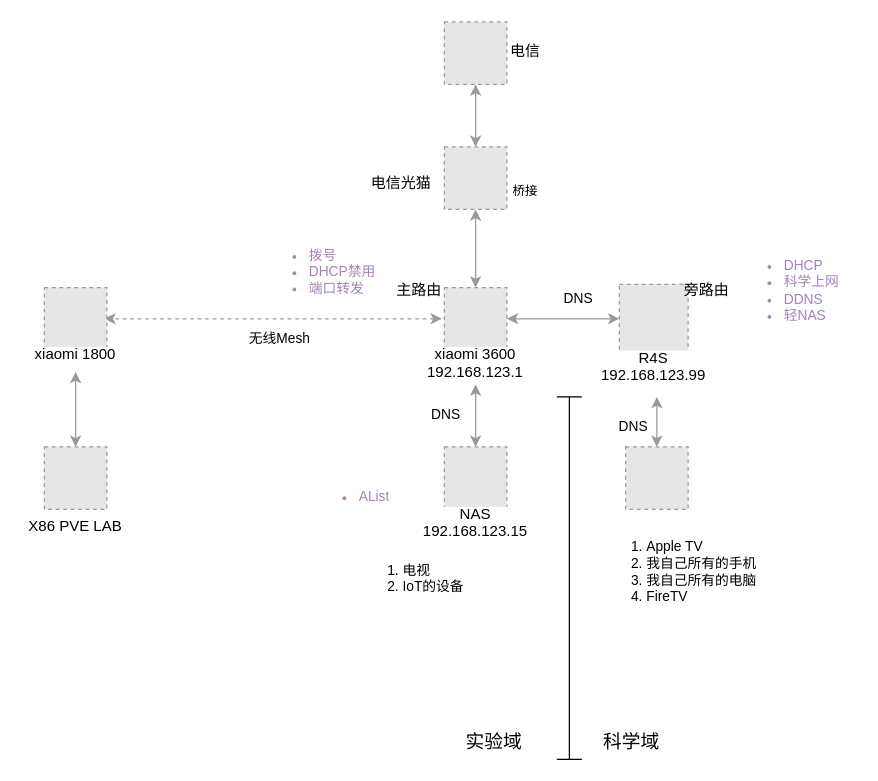
This is page "side route" (6 of 7) of openwrt.drawio from quboqin/drawio, a draw.io file, before an edit. Source tidied: cells renumbered, new cells numbered last; positions are measured from the earlier drawing's top-left corner, leaving out a move shared by most shapes. Both pictures are drawn from the tidied source at 125%, with x=0, y=0 at pixel (44, 21). Pictures stored in the file or linked from it are replaced by grey dashed boxes.
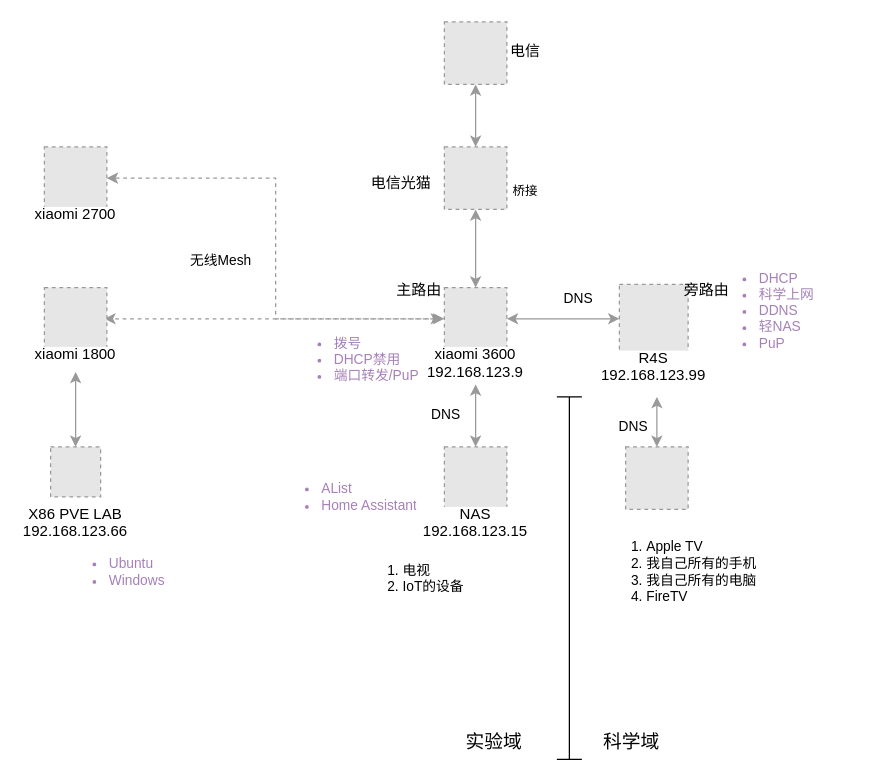
The same diagram, later.

The change refers to these unchanged cells:
```xml
<mxCell id="9" style="edgeStyle=orthogonalEdgeStyle;rounded=0;orthogonalLoop=1;jettySize=auto;html=1;entryX=1;entryY=0.5;entryDx=0;entryDy=0;dashed=1;startArrow=classic;startFill=1;spacingTop=0;spacingBottom=20;spacingLeft=0;verticalAlign=top;strokeColor=#999999;" parent="1" edge="1">
  <mxGeometry relative="1" as="geometry">
    <mxPoint x="318" y="237.5" as="sourcePoint" />
    <mxPoint x="48" y="237.5" as="targetPoint" />
  </mxGeometry>
</mxCell>
```

The edit, as a diff of the source:
```diff
@@
     <mxCell id="10" value="无线Mesh" style="edgeLabel;html=1;align=center;verticalAlign=middle;" parent="9" vertex="1">
       <mxGeometry x="-0.03" y="-3" relative="1" as="geometry">
-        <mxPoint y="18" as="offset" />
+        <mxPoint x="-47" y="-44" as="offset" />
       </mxGeometry>
     </mxCell>
-    <mxCell id="11" value="xiaomi 3600&#10;192.168.123.1" style="fillColor=#E6E6E6;strokeColor=#999999;dashed=1;verticalLabelPosition=bottom;labelBackgroundColor=default;verticalAlign=top;spacingTop=-10;" parent="1" vertex="1">
+    <mxCell id="11" value="xiaomi 3600&#10;192.168.123.9" style="fillColor=#E6E6E6;strokeColor=#999999;dashed=1;verticalLabelPosition=bottom;labelBackgroundColor=default;verticalAlign=top;spacingTop=-10;" parent="1" vertex="1">
       <mxGeometry x="320" y="212.5" width="50" height="50" as="geometry" />
     </mxCell>
@@
-    <mxCell id="22" value="&lt;ul&gt;&lt;li&gt;DHCP&lt;/li&gt;&lt;li&gt;科学上网&lt;/li&gt;&lt;li&gt;DDNS&lt;/li&gt;&lt;li&gt;轻NAS&lt;/li&gt;&lt;/ul&gt;" style="text;strokeColor=none;fillColor=none;html=1;whiteSpace=wrap;verticalAlign=middle;overflow=hidden;fontFamily=Helvetica;fontSize=11;fontColor=#A680B8;labelBackgroundColor=none;" parent="1" vertex="1">
-      <mxGeometry x="550" y="175" width="100" height="80" as="geometry" />
+    <mxCell id="22" value="&lt;ul&gt;&lt;li&gt;DHCP&lt;/li&gt;&lt;li&gt;科学上网&lt;/li&gt;&lt;li&gt;DDNS&lt;/li&gt;&lt;li&gt;轻NAS&lt;/li&gt;&lt;li&gt;PuP&lt;/li&gt;&lt;/ul&gt;" style="text;strokeColor=none;fillColor=none;html=1;whiteSpace=wrap;verticalAlign=middle;overflow=hidden;fontFamily=Helvetica;fontSize=11;fontColor=#A680B8;labelBackgroundColor=none;" parent="1" vertex="1">
+      <mxGeometry x="530" y="185" width="100" height="80" as="geometry" />
     </mxCell>
-    <mxCell id="23" value="&lt;ul&gt;&lt;li&gt;拨号&lt;/li&gt;&lt;li&gt;DHCP禁用&lt;/li&gt;&lt;li&gt;端口转发&lt;/li&gt;&lt;/ul&gt;" style="text;strokeColor=none;fillColor=none;html=1;whiteSpace=wrap;verticalAlign=middle;overflow=hidden;fontFamily=Helvetica;fontSize=11;fontColor=#A680B8;labelBackgroundColor=none;" parent="1" vertex="1">
-      <mxGeometry x="170" y="160" width="100" height="80" as="geometry" />
+    <mxCell id="23" value="&lt;ul&gt;&lt;li&gt;拨号&lt;/li&gt;&lt;li&gt;DHCP禁用&lt;/li&gt;&lt;li&gt;端口转发/PuP&lt;/li&gt;&lt;/ul&gt;" style="text;strokeColor=none;fillColor=none;html=1;whiteSpace=wrap;verticalAlign=middle;overflow=hidden;fontFamily=Helvetica;fontSize=11;fontColor=#A680B8;labelBackgroundColor=none;" parent="1" vertex="1">
+      <mxGeometry x="190" y="230" width="120" height="80" as="geometry" />
     </mxCell>
-    <mxCell id="24" value="&lt;ul&gt;&lt;li&gt;AList&lt;/li&gt;&lt;/ul&gt;" style="text;strokeColor=none;fillColor=none;html=1;whiteSpace=wrap;verticalAlign=middle;overflow=hidden;fontFamily=Helvetica;fontSize=11;fontColor=#A680B8;labelBackgroundColor=none;" parent="1" vertex="1">
-      <mxGeometry x="210" y="340" width="100" height="80" as="geometry" />
+    <mxCell id="24" value="&lt;ul&gt;&lt;li&gt;AList&lt;/li&gt;&lt;li&gt;Home Assistant&lt;/li&gt;&lt;/ul&gt;" style="text;strokeColor=none;fillColor=none;html=1;whiteSpace=wrap;verticalAlign=middle;overflow=hidden;fontFamily=Helvetica;fontSize=11;fontColor=#A680B8;labelBackgroundColor=none;" parent="1" vertex="1">
+      <mxGeometry x="180" y="340" width="130" height="80" as="geometry" />
     </mxCell>
@@
-    <mxCell id="31" value="X86 PVE LAB" style="fillColor=#E6E6E6;strokeColor=#999999;dashed=1;verticalLabelPosition=bottom;labelBackgroundColor=default;verticalAlign=top;" parent="1" vertex="1">
-      <mxGeometry y="340" width="50" height="50" as="geometry" />
+    <mxCell id="31" value="X86 PVE LAB&#10;192.168.123.66" style="fillColor=#E6E6E6;strokeColor=#999999;dashed=1;verticalLabelPosition=bottom;labelBackgroundColor=default;verticalAlign=top;" parent="1" vertex="1">
+      <mxGeometry x="5" y="340" width="40" height="40" as="geometry" />
     </mxCell>
+    <mxCell id="32" value="xiaomi 2700" style="fillColor=#E6E6E6;strokeColor=#999999;dashed=1;verticalLabelPosition=bottom;labelBackgroundColor=default;verticalAlign=top;spacingTop=-10;" parent="1" vertex="1">
+      <mxGeometry y="100" width="50" height="50" as="geometry" />
+    </mxCell>
+    <mxCell id="33" style="edgeStyle=orthogonalEdgeStyle;rounded=0;jettySize=auto;html=1;entryX=1;entryY=0.5;entryDx=0;entryDy=0;dashed=1;startArrow=classic;startFill=1;spacingTop=0;spacingBottom=20;spacingLeft=0;verticalAlign=top;strokeColor=#999999;exitX=0;exitY=0.5;exitDx=0;exitDy=0;" parent="1" edge="1" source="11" target="32">
+      <mxGeometry relative="1" as="geometry" />
+    </mxCell>
+    <mxCell id="34" value="&lt;ul&gt;&lt;li&gt;Ubuntu&lt;/li&gt;&lt;li&gt;Windows&lt;/li&gt;&lt;/ul&gt;" style="text;strokeColor=none;fillColor=none;html=1;whiteSpace=wrap;verticalAlign=middle;overflow=hidden;fontFamily=Helvetica;fontSize=11;fontColor=#A680B8;labelBackgroundColor=none;" parent="1" vertex="1">
+      <mxGeometry x="10" y="400" width="130" height="80" as="geometry" />
+    </mxCell>
```
